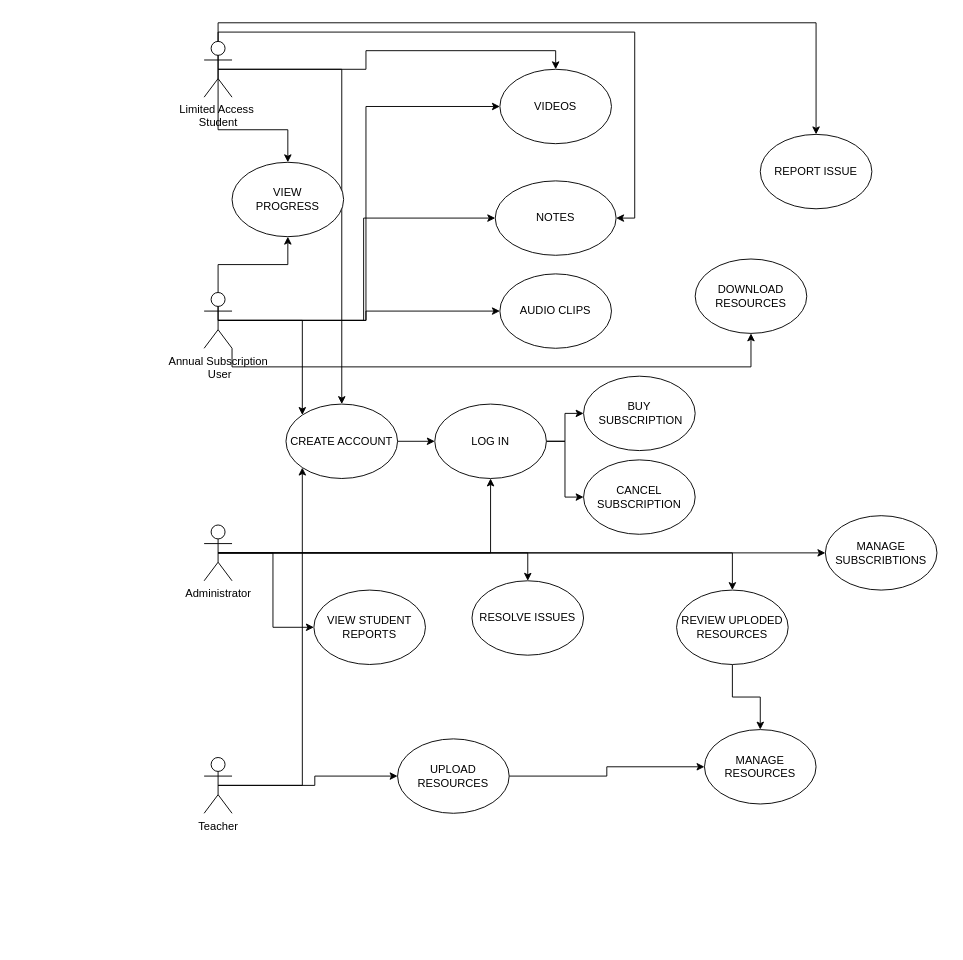
Above: E-Learning  App DFD Level-2.drawio in CS-Krishna/Draw.io (draw.io), before the change. Source tidied: cells renumbered, new cells numbered last; positions are measured from the earlier drawing's top-left corner, leaving out a move shared by most shapes. Both pictures are drawn from the tidied source at 93%, with x=0, y=0 at pixel (204, 32).
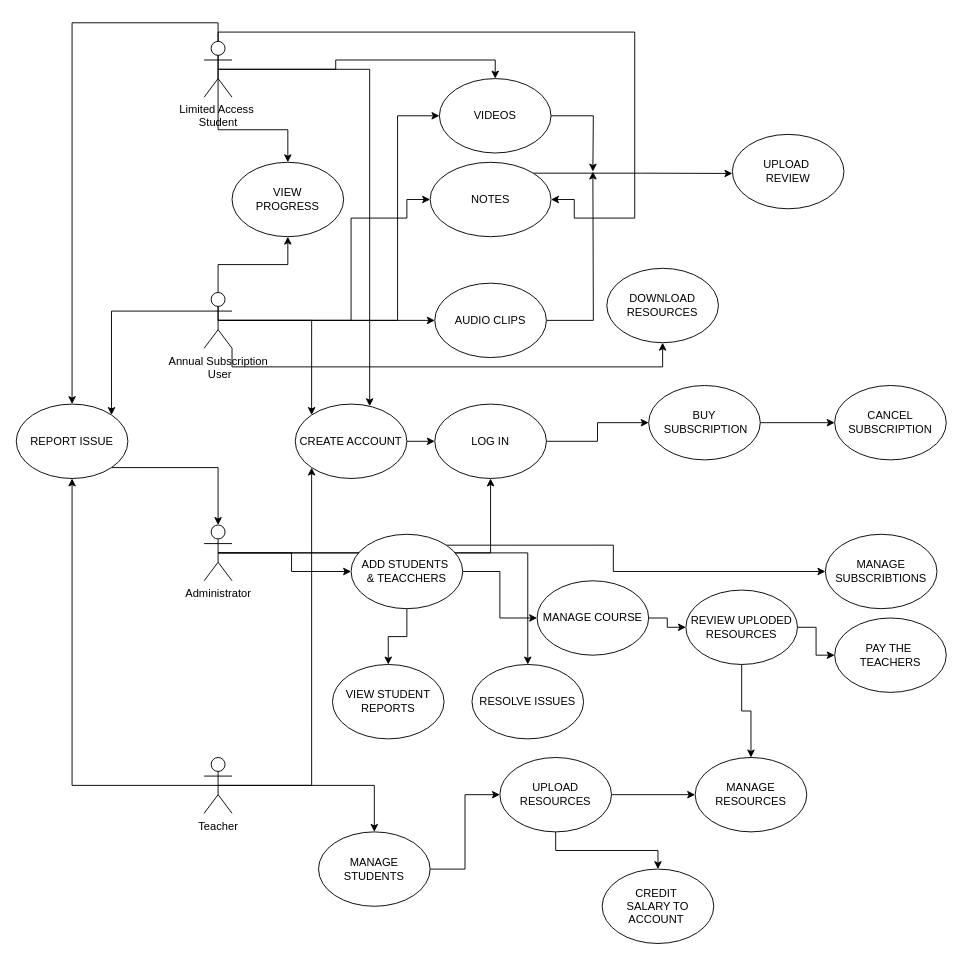
The same page after the edit.

Unchanged cells that the change refers to:
```xml
<mxCell id="8" value="&lt;div&gt;Annual Subscription&lt;/div&gt;&lt;div&gt;&amp;nbsp;User&lt;/div&gt;" style="shape=umlActor;verticalLabelPosition=bottom;verticalAlign=top;html=1;outlineConnect=0;" parent="1" vertex="1">
  <mxGeometry y="280" width="30" height="60" as="geometry" />
</mxCell>
<mxCell id="14" value="&lt;div&gt;Limited Access&amp;nbsp;&lt;/div&gt;&lt;div&gt;Student&lt;/div&gt;" style="shape=umlActor;verticalLabelPosition=bottom;verticalAlign=top;html=1;outlineConnect=0;" parent="1" vertex="1">
  <mxGeometry y="10" width="30" height="60" as="geometry" />
</mxCell>
<mxCell id="20" value="Administrator&lt;br&gt;&lt;div&gt;&lt;br&gt;&lt;/div&gt;" style="shape=umlActor;verticalLabelPosition=bottom;verticalAlign=top;html=1;outlineConnect=0;" parent="1" vertex="1">
  <mxGeometry y="530" width="30" height="60" as="geometry" />
</mxCell>
<mxCell id="23" value="Teacher" style="shape=umlActor;verticalLabelPosition=bottom;verticalAlign=top;html=1;outlineConnect=0;" parent="1" vertex="1">
  <mxGeometry y="780" width="30" height="60" as="geometry" />
</mxCell>
<mxCell id="38" value="LOG IN" style="ellipse;whiteSpace=wrap;html=1;" parent="1" vertex="1">
  <mxGeometry x="248" y="400" width="120" height="80" as="geometry" />
</mxCell>
```

Diff of the diagram source:
```diff
@@
     <mxCell id="3" style="edgeStyle=orthogonalEdgeStyle;rounded=0;jettySize=auto;html=1;exitX=0.5;exitY=0.5;exitDx=0;exitDy=0;exitPerimeter=0;entryX=0;entryY=0.5;entryDx=0;entryDy=0;" parent="1" edge="1" source="8" target="25">
-      <mxGeometry relative="1" as="geometry" />
+      <mxGeometry relative="1" as="geometry">
+        <Array as="points">
+          <mxPoint x="158" y="310" />
+          <mxPoint x="158" y="200" />
+          <mxPoint x="218" y="200" />
+        </Array>
+      </mxGeometry>
     </mxCell>
@@
     <mxCell id="5" style="edgeStyle=orthogonalEdgeStyle;rounded=0;jettySize=auto;html=1;exitX=0.5;exitY=0.5;exitDx=0;exitDy=0;exitPerimeter=0;entryX=0;entryY=0.5;entryDx=0;entryDy=0;" parent="1" edge="1" source="8" target="24">
-      <mxGeometry relative="1" as="geometry" />
+      <mxGeometry relative="1" as="geometry">
+        <Array as="points">
+          <mxPoint x="208" y="310" />
+          <mxPoint x="208" y="90" />
+        </Array>
+      </mxGeometry>
     </mxCell>
@@
+    <mxCell id="45" style="edgeStyle=orthogonalEdgeStyle;rounded=0;jettySize=auto;html=1;exitX=0;exitY=0.3333333333333333;exitDx=0;exitDy=0;exitPerimeter=0;entryX=1;entryY=0;entryDx=0;entryDy=0;" parent="1" edge="1" source="8" target="34">
+      <mxGeometry relative="1" as="geometry" />
+    </mxCell>
@@
     <mxCell id="9" style="edgeStyle=orthogonalEdgeStyle;rounded=0;jettySize=auto;html=1;exitX=0.5;exitY=0.5;exitDx=0;exitDy=0;exitPerimeter=0;" parent="1" edge="1" source="14" target="40">
-      <mxGeometry relative="1" as="geometry" />
+      <mxGeometry relative="1" as="geometry">
+        <Array as="points">
+          <mxPoint x="178" y="40" />
+        </Array>
+      </mxGeometry>
     </mxCell>
@@
     <mxCell id="11" style="edgeStyle=orthogonalEdgeStyle;rounded=0;jettySize=auto;html=1;exitX=0.5;exitY=0.5;exitDx=0;exitDy=0;exitPerimeter=0;entryX=1;entryY=0.5;entryDx=0;entryDy=0;" parent="1" edge="1" source="14" target="25">
       <mxGeometry relative="1" as="geometry">
         <Array as="points">
           <mxPoint x="15" />
           <mxPoint x="463" />
           <mxPoint x="463" y="200" />
+          <mxPoint x="398" y="200" />
+          <mxPoint x="398" y="180" />
         </Array>
       </mxGeometry>
     </mxCell>
@@
-    <mxCell id="16" style="edgeStyle=orthogonalEdgeStyle;rounded=0;jettySize=auto;html=1;exitX=0.5;exitY=0.5;exitDx=0;exitDy=0;exitPerimeter=0;entryX=0;entryY=0.5;entryDx=0;entryDy=0;" parent="1" edge="1" source="20" target="35">
-      <mxGeometry relative="1" as="geometry" />
-    </mxCell>
-    <mxCell id="17" style="edgeStyle=orthogonalEdgeStyle;rounded=0;jettySize=auto;html=1;exitX=0.5;exitY=0.5;exitDx=0;exitDy=0;exitPerimeter=0;" parent="1" edge="1" source="20" target="33">
-      <mxGeometry relative="1" as="geometry" />
-    </mxCell>
@@
-    <mxCell id="19" style="edgeStyle=orthogonalEdgeStyle;rounded=0;jettySize=auto;html=1;exitX=0.5;exitY=0.5;exitDx=0;exitDy=0;exitPerimeter=0;" parent="1" edge="1" source="20" target="43">
-      <mxGeometry relative="1" as="geometry" />
-    </mxCell>
+    <mxCell id="46" style="edgeStyle=orthogonalEdgeStyle;rounded=0;jettySize=auto;html=1;exitX=0.5;exitY=0.5;exitDx=0;exitDy=0;exitPerimeter=0;entryX=0;entryY=0.5;entryDx=0;entryDy=0;" parent="1" edge="1" source="20" target="58">
+      <mxGeometry relative="1" as="geometry" />
+    </mxCell>
@@
-    <mxCell id="21" style="edgeStyle=orthogonalEdgeStyle;rounded=0;jettySize=auto;html=1;exitX=0.5;exitY=0.5;exitDx=0;exitDy=0;exitPerimeter=0;entryX=0;entryY=0.5;entryDx=0;entryDy=0;" parent="1" edge="1" source="23" target="31">
+    <mxCell id="21" style="edgeStyle=orthogonalEdgeStyle;rounded=0;jettySize=auto;html=1;exitX=0.5;exitY=0.5;exitDx=0;exitDy=0;exitPerimeter=0;" parent="1" edge="1" source="23" target="65">
       <mxGeometry relative="1" as="geometry" />
     </mxCell>
@@
+    <mxCell id="47" style="edgeStyle=orthogonalEdgeStyle;rounded=0;jettySize=auto;html=1;exitX=0.5;exitY=0.5;exitDx=0;exitDy=0;exitPerimeter=0;entryX=0.5;entryY=1;entryDx=0;entryDy=0;" parent="1" edge="1" source="23" target="34">
+      <mxGeometry relative="1" as="geometry" />
+    </mxCell>
@@
+    <mxCell id="48" style="edgeStyle=orthogonalEdgeStyle;rounded=0;jettySize=auto;html=1;exitX=1;exitY=0.5;exitDx=0;exitDy=0;endArrow=classic;endFill=1;" parent="1" edge="1" source="24">
+      <mxGeometry relative="1" as="geometry">
+        <mxPoint x="418" y="150" as="targetPoint" />
+      </mxGeometry>
+    </mxCell>
     <mxCell id="24" value="VIDEOS" style="ellipse;whiteSpace=wrap;html=1;" parent="1" vertex="1">
-      <mxGeometry x="318" y="40" width="120" height="80" as="geometry" />
+      <mxGeometry x="253" y="50" width="120" height="80" as="geometry" />
     </mxCell>
+    <mxCell id="49" style="edgeStyle=orthogonalEdgeStyle;rounded=0;jettySize=auto;html=1;exitX=1;exitY=0;exitDx=0;exitDy=0;endArrow=classic;endFill=1;" parent="1" edge="1" source="25">
+      <mxGeometry relative="1" as="geometry">
+        <mxPoint x="568" y="152" as="targetPoint" />
+      </mxGeometry>
+    </mxCell>
     <mxCell id="25" value="NOTES" style="ellipse;whiteSpace=wrap;html=1;" parent="1" vertex="1">
-      <mxGeometry x="313" y="160" width="130" height="80" as="geometry" />
+      <mxGeometry x="243" y="140" width="130" height="80" as="geometry" />
     </mxCell>
-    <mxCell id="26" value="CANCEL SUBSCRIPTION" style="ellipse;whiteSpace=wrap;html=1;" parent="1" vertex="1">
-      <mxGeometry x="408" y="460" width="120" height="80" as="geometry" />
-    </mxCell>
     <mxCell id="27" value="DOWNLOAD RESOURCES" style="ellipse;whiteSpace=wrap;html=1;" parent="1" vertex="1">
-      <mxGeometry x="528" y="244" width="120" height="80" as="geometry" />
+      <mxGeometry x="433" y="254" width="120" height="80" as="geometry" />
     </mxCell>
+    <mxCell id="50" style="edgeStyle=orthogonalEdgeStyle;rounded=0;jettySize=auto;html=1;exitX=1;exitY=0.5;exitDx=0;exitDy=0;endArrow=classic;endFill=1;" parent="1" edge="1" source="28">
+      <mxGeometry relative="1" as="geometry">
+        <mxPoint x="418" y="150" as="targetPoint" />
+      </mxGeometry>
+    </mxCell>
     <mxCell id="28" value="&lt;div&gt;AUDIO CLIPS&lt;/div&gt;" style="ellipse;whiteSpace=wrap;html=1;" parent="1" vertex="1">
-      <mxGeometry x="318" y="260" width="120" height="80" as="geometry" />
+      <mxGeometry x="248" y="270" width="120" height="80" as="geometry" />
     </mxCell>
     <mxCell id="29" value="MANAGE RESOURCES" style="ellipse;whiteSpace=wrap;html=1;" parent="1" vertex="1">
-      <mxGeometry x="538" y="750" width="120" height="80" as="geometry" />
+      <mxGeometry x="528" y="780" width="120" height="80" as="geometry" />
     </mxCell>
@@
+    <mxCell id="51" style="edgeStyle=orthogonalEdgeStyle;rounded=0;jettySize=auto;html=1;exitX=0.5;exitY=1;exitDx=0;exitDy=0;entryX=0.5;entryY=0;entryDx=0;entryDy=0;" parent="1" edge="1" source="31" target="60">
+      <mxGeometry relative="1" as="geometry" />
+    </mxCell>
     <mxCell id="31" value="UPLOAD RESOURCES" style="ellipse;whiteSpace=wrap;html=1;" parent="1" vertex="1">
-      <mxGeometry x="208" y="760" width="120" height="80" as="geometry" />
+      <mxGeometry x="318" y="780" width="120" height="80" as="geometry" />
     </mxCell>
@@
+    <mxCell id="52" style="edgeStyle=orthogonalEdgeStyle;rounded=0;jettySize=auto;html=1;exitX=1;exitY=0.5;exitDx=0;exitDy=0;entryX=0;entryY=0.5;entryDx=0;entryDy=0;" parent="1" edge="1" source="33" target="59">
+      <mxGeometry relative="1" as="geometry" />
+    </mxCell>
     <mxCell id="33" value="REVIEW UPLODED RESOURCES" style="ellipse;whiteSpace=wrap;html=1;" parent="1" vertex="1">
-      <mxGeometry x="508" y="600" width="120" height="80" as="geometry" />
+      <mxGeometry x="518" y="600" width="120" height="80" as="geometry" />
     </mxCell>
+    <mxCell id="53" style="edgeStyle=orthogonalEdgeStyle;rounded=0;jettySize=auto;html=1;exitX=1;exitY=1;exitDx=0;exitDy=0;" parent="1" edge="1" source="34" target="20">
+      <mxGeometry relative="1" as="geometry" />
+    </mxCell>
     <mxCell id="34" value="REPORT ISSUE" style="ellipse;whiteSpace=wrap;html=1;" parent="1" vertex="1">
-      <mxGeometry x="598" y="110" width="120" height="80" as="geometry" />
+      <mxGeometry x="-202" y="400" width="120" height="80" as="geometry" />
     </mxCell>
     <mxCell id="35" value="VIEW STUDENT&lt;br&gt;REPORTS" style="ellipse;whiteSpace=wrap;html=1;" parent="1" vertex="1">
-      <mxGeometry x="118" y="600" width="120" height="80" as="geometry" />
+      <mxGeometry x="138" y="680" width="120" height="80" as="geometry" />
     </mxCell>
-    <mxCell id="36" style="edgeStyle=orthogonalEdgeStyle;rounded=0;jettySize=auto;html=1;exitX=1;exitY=0.5;exitDx=0;exitDy=0;entryX=0;entryY=0.5;entryDx=0;entryDy=0;" parent="1" edge="1" source="38" target="26">
-      <mxGeometry relative="1" as="geometry" />
-    </mxCell>
@@
     <mxCell id="40" value="CREATE ACCOUNT" style="ellipse;whiteSpace=wrap;html=1;" parent="1" vertex="1">
-      <mxGeometry x="88" y="400" width="120" height="80" as="geometry" />
+      <mxGeometry x="98" y="400" width="120" height="80" as="geometry" />
     </mxCell>
+    <mxCell id="54" style="edgeStyle=orthogonalEdgeStyle;rounded=0;jettySize=auto;html=1;" parent="1" edge="1" source="41" target="26">
+      <mxGeometry relative="1" as="geometry" />
+    </mxCell>
     <mxCell id="41" value="BUY&lt;div&gt;&amp;nbsp;SUBSCRIPTION&lt;/div&gt;" style="ellipse;whiteSpace=wrap;html=1;" parent="1" vertex="1">
-      <mxGeometry x="408" y="370" width="120" height="80" as="geometry" />
+      <mxGeometry x="478" y="380" width="120" height="80" as="geometry" />
     </mxCell>
     <mxCell id="42" value="RESOLVE ISSUES" style="ellipse;whiteSpace=wrap;html=1;" parent="1" vertex="1">
-      <mxGeometry x="288" y="590" width="120" height="80" as="geometry" />
+      <mxGeometry x="288" y="680" width="120" height="80" as="geometry" />
     </mxCell>
     <mxCell id="43" value="MANAGE SUBSCRIBTIONS" style="ellipse;whiteSpace=wrap;html=1;" parent="1" vertex="1">
-      <mxGeometry x="668" y="520" width="120" height="80" as="geometry" />
+      <mxGeometry x="668" y="540" width="120" height="80" as="geometry" />
     </mxCell>
@@
+    <mxCell id="55" style="edgeStyle=orthogonalEdgeStyle;rounded=0;jettySize=auto;html=1;exitX=1;exitY=0.5;exitDx=0;exitDy=0;" parent="1" edge="1" source="58" target="63">
+      <mxGeometry relative="1" as="geometry" />
+    </mxCell>
+    <mxCell id="56" style="edgeStyle=orthogonalEdgeStyle;rounded=0;jettySize=auto;html=1;exitX=1;exitY=0;exitDx=0;exitDy=0;entryX=0;entryY=0.5;entryDx=0;entryDy=0;" parent="1" edge="1" source="58" target="43">
+      <mxGeometry relative="1" as="geometry">
+        <Array as="points">
+          <mxPoint x="440" y="580" />
+        </Array>
+      </mxGeometry>
+    </mxCell>
+    <mxCell id="57" style="edgeStyle=orthogonalEdgeStyle;rounded=0;jettySize=auto;html=1;exitX=0.5;exitY=1;exitDx=0;exitDy=0;" parent="1" edge="1" source="58" target="35">
+      <mxGeometry relative="1" as="geometry" />
+    </mxCell>
+    <mxCell id="58" value="ADD STUDENTS&amp;nbsp;&lt;div&gt;&amp;amp; TEACCHERS&lt;/div&gt;" style="ellipse;whiteSpace=wrap;html=1;" parent="1" vertex="1">
+      <mxGeometry x="158" y="540" width="120" height="80" as="geometry" />
+    </mxCell>
+    <mxCell id="59" value="PAY THE&amp;nbsp;&lt;div&gt;TEACHERS&lt;/div&gt;" style="ellipse;whiteSpace=wrap;html=1;" parent="1" vertex="1">
+      <mxGeometry x="678" y="630" width="120" height="80" as="geometry" />
+    </mxCell>
+    <mxCell id="60" value="CREDIT&amp;nbsp;&lt;div&gt;SALARY TO ACCOUNT&amp;nbsp;&lt;/div&gt;" style="ellipse;whiteSpace=wrap;html=1;" parent="1" vertex="1">
+      <mxGeometry x="428" y="900" width="120" height="80" as="geometry" />
+    </mxCell>
+    <mxCell id="61" value="UPLOAD&amp;nbsp;&lt;div&gt;REVIEW&lt;/div&gt;" style="ellipse;whiteSpace=wrap;html=1;" parent="1" vertex="1">
+      <mxGeometry x="568" y="110" width="120" height="80" as="geometry" />
+    </mxCell>
+    <mxCell id="62" style="edgeStyle=orthogonalEdgeStyle;rounded=0;jettySize=auto;html=1;exitX=1;exitY=0.5;exitDx=0;exitDy=0;entryX=0;entryY=0.5;entryDx=0;entryDy=0;" parent="1" edge="1" source="63" target="33">
+      <mxGeometry relative="1" as="geometry" />
+    </mxCell>
+    <mxCell id="63" value="MANAGE COURSE" style="ellipse;whiteSpace=wrap;html=1;" parent="1" vertex="1">
+      <mxGeometry x="358" y="590" width="120" height="80" as="geometry" />
+    </mxCell>
+    <mxCell id="64" style="edgeStyle=orthogonalEdgeStyle;rounded=0;jettySize=auto;html=1;exitX=1;exitY=0.5;exitDx=0;exitDy=0;entryX=0;entryY=0.5;entryDx=0;entryDy=0;" parent="1" edge="1" source="65" target="31">
+      <mxGeometry relative="1" as="geometry" />
+    </mxCell>
+    <mxCell id="65" value="MANAGE STUDENTS" style="ellipse;whiteSpace=wrap;html=1;" parent="1" vertex="1">
+      <mxGeometry x="123" y="860" width="120" height="80" as="geometry" />
+    </mxCell>
+    <mxCell id="26" value="&lt;div&gt;CANCEL SUBSCRIPTION&lt;/div&gt;" style="ellipse;whiteSpace=wrap;html=1;" parent="1" vertex="1">
+      <mxGeometry x="678" y="380" width="120" height="80" as="geometry" />
+    </mxCell>
```
